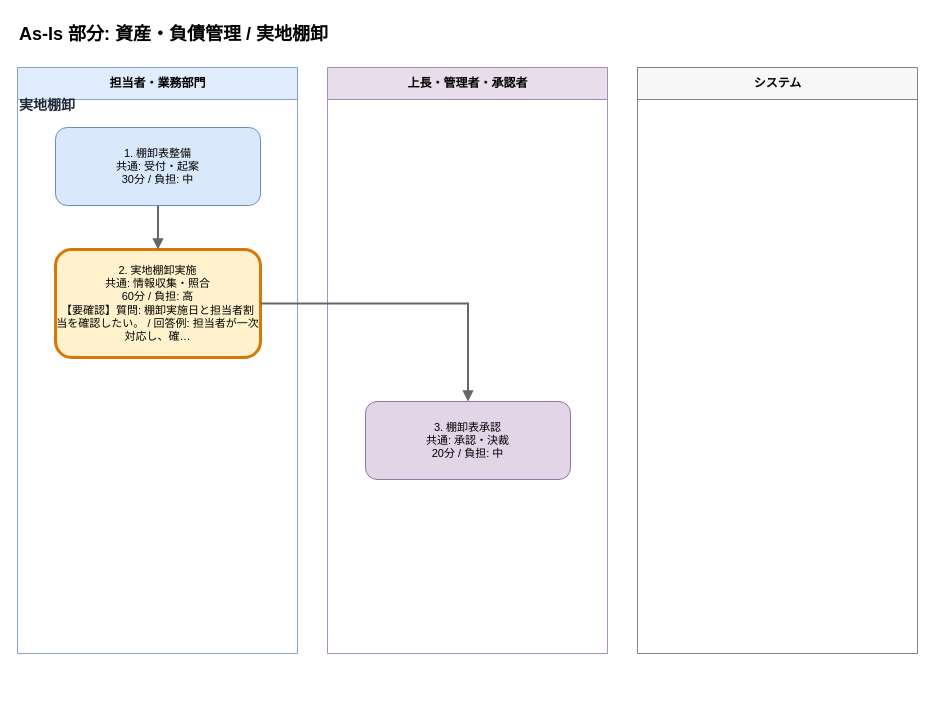
Earlier version of the draw.io diagram output/flows/asis_資産_負債管理__実地棚卸_20260608.drawio (Toshiki811/ai-business-analysis-heatmap). Source tidied: cells renumbered, new cells numbered last; positions are measured from the earlier drawing's top-left corner, leaving out a move shared by most shapes. Both pictures are drawn from the tidied source at 100%, with x=0, y=0 at pixel (17, 17).
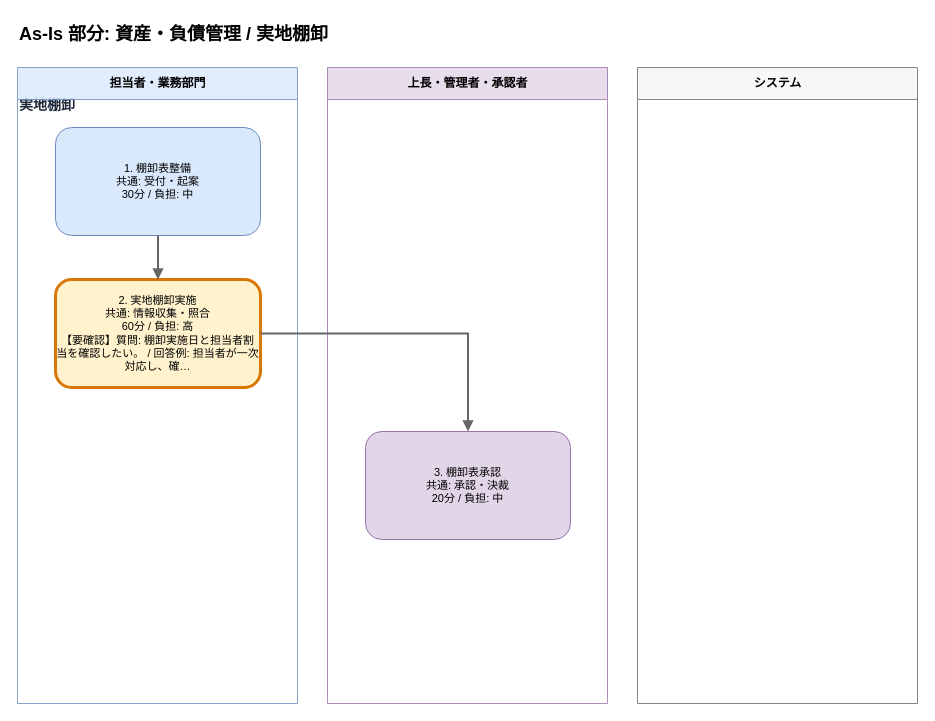
The same diagram, later.

Diff of the diagram source:
```diff
@@
 <mxGraphModel>
   <root>
     <mxCell id="0" />
     <mxCell id="1" parent="0" />
+    <mxCell id="6" value="実地棚卸" style="text;html=1;strokeColor=none;fillColor=none;align=left;verticalAlign=middle;whiteSpace=wrap;fontSize=14;fontStyle=1;fontColor=#1e293b;" parent="1" vertex="1">
+      <mxGeometry y="76" width="860" height="24" as="geometry" />
+    </mxCell>
     <mxCell id="2" value="As-Is 部分: 資産・負債管理 / 実地棚卸" style="text;html=1;strokeColor=none;fillColor=none;align=left;fontSize=18;fontStyle=1;" parent="1" vertex="1">
       <mxGeometry width="880" height="30" as="geometry" />
     </mxCell>
     <mxCell id="3" value="担当者・業務部門" style="swimlane;horizontal=1;startSize=32;html=1;fillColor=#dae8fc;strokeColor=#6c8ebf;fontSize=12;fontStyle=1;opacity=80;" parent="1" vertex="1">
-      <mxGeometry y="50" width="280" height="586" as="geometry" />
+      <mxGeometry y="50" width="280" height="636" as="geometry" />
     </mxCell>
     <mxCell id="4" value="上長・管理者・承認者" style="swimlane;horizontal=1;startSize=32;html=1;fillColor=#e1d5e7;strokeColor=#9673a6;fontSize=12;fontStyle=1;opacity=80;" parent="1" vertex="1">
-      <mxGeometry x="310" y="50" width="280" height="586" as="geometry" />
+      <mxGeometry x="310" y="50" width="280" height="636" as="geometry" />
     </mxCell>
     <mxCell id="5" value="システム" style="swimlane;horizontal=1;startSize=32;html=1;fillColor=#f5f5f5;strokeColor=#666666;fontSize=12;fontStyle=1;opacity=80;" parent="1" vertex="1">
-      <mxGeometry x="620" y="50" width="280" height="586" as="geometry" />
+      <mxGeometry x="620" y="50" width="280" height="636" as="geometry" />
     </mxCell>
-    <mxCell id="6" value="実地棚卸" style="text;html=1;strokeColor=none;fillColor=none;align=left;verticalAlign=middle;whiteSpace=wrap;fontSize=14;fontStyle=1;fontColor=#1e293b;" parent="1" vertex="1">
-      <mxGeometry y="76" width="860" height="24" as="geometry" />
-    </mxCell>
     <mxCell id="7" value="1. 棚卸表整備&#10;共通: 受付・起案&#10;30分 / 負担: 中" style="rounded=1;whiteSpace=wrap;html=1;fillColor=#dae8fc;strokeColor=#6c8ebf;strokeWidth=1;fontSize=11;fontColor=#000000;" parent="1" vertex="1">
-      <mxGeometry x="38" y="110" width="205" height="78" as="geometry" />
+      <mxGeometry x="38" y="110" width="205" height="108" as="geometry" />
     </mxCell>
     <mxCell id="8" value="2. 実地棚卸実施&#10;共通: 情報収集・照合&#10;60分 / 負担: 高&#10;【要確認】質問: 棚卸実施日と担当者割当を確認したい。 / 回答例: 担当者が一次対応し、確…" style="rounded=1;whiteSpace=wrap;html=1;fillColor=#fff2cc;strokeColor=#d97706;strokeWidth=3;fontSize=11;fontColor=#000000;" parent="1" vertex="1">
-      <mxGeometry x="38" y="232" width="205" height="108" as="geometry" />
+      <mxGeometry x="38" y="262" width="205" height="108" as="geometry" />
     </mxCell>
+    <mxCell id="10" value="3. 棚卸表承認&#10;共通: 承認・決裁&#10;20分 / 負担: 中" style="rounded=1;whiteSpace=wrap;html=1;fillColor=#e1d5e7;strokeColor=#9673a6;strokeWidth=1;fontSize=11;fontColor=#000000;" parent="1" vertex="1">
+      <mxGeometry x="348" y="414" width="205" height="108" as="geometry" />
+    </mxCell>
-    <mxCell id="9" style="edgeStyle=orthogonalEdgeStyle;rounded=0;html=1;strokeColor=#666666;strokeWidth=2;endArrow=block;endFill=1;" parent="1" edge="1" source="7" target="8">
+    <mxCell id="9" style="edgeStyle=orthogonalEdgeStyle;rounded=0;html=1;strokeColor=#666666;strokeWidth=2;endArrow=block;endFill=1;fontSize=11;fontColor=#1f2937;" parent="1" edge="1" source="7" target="8">
       <mxGeometry relative="1" as="geometry" />
     </mxCell>
-    <mxCell id="10" value="3. 棚卸表承認&#10;共通: 承認・決裁&#10;20分 / 負担: 中" style="rounded=1;whiteSpace=wrap;html=1;fillColor=#e1d5e7;strokeColor=#9673a6;strokeWidth=1;fontSize=11;fontColor=#000000;" parent="1" vertex="1">
-      <mxGeometry x="348" y="384" width="205" height="78" as="geometry" />
-    </mxCell>
-    <mxCell id="11" style="edgeStyle=orthogonalEdgeStyle;rounded=0;html=1;strokeColor=#666666;strokeWidth=2;endArrow=block;endFill=1;" parent="1" edge="1" source="8" target="10">
+    <mxCell id="11" style="edgeStyle=orthogonalEdgeStyle;rounded=0;html=1;strokeColor=#666666;strokeWidth=2;endArrow=block;endFill=1;fontSize=11;fontColor=#1f2937;" parent="1" edge="1" source="8" target="10">
       <mxGeometry relative="1" as="geometry" />
     </mxCell>
   </root>
 </mxGraphModel>
```
